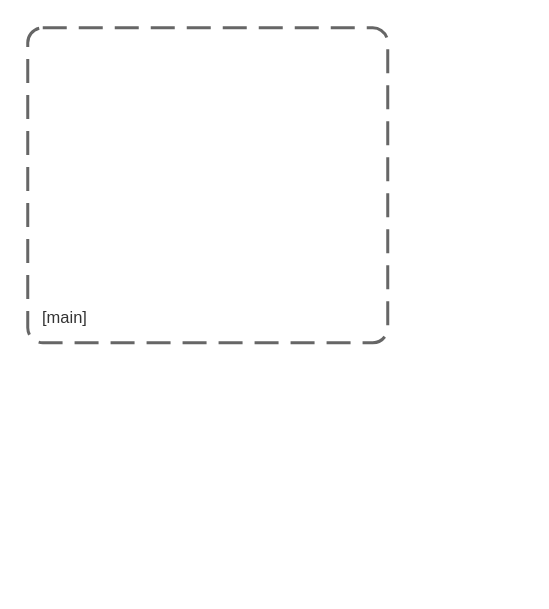
sam-mit/c4 keeps this draw.io diagram as c4 main test.drawio. Above is the earlier version. Source tidied: cells renumbered, new cells numbered last; positions are measured from the earlier drawing's top-left corner, leaving out a move shared by most shapes. Both pictures are drawn from the tidied source at 150%, with x=0, y=0 at pixel (27, 27).
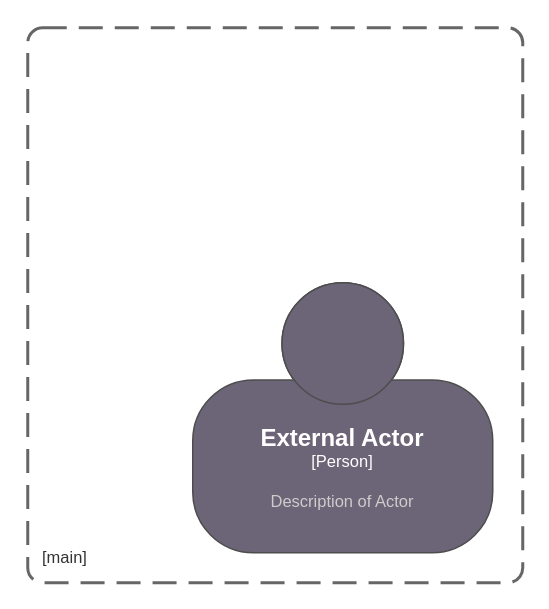
The same page after the edit.

Change to the diagram source:
```diff
@@
 <mxGraphModel>
   <root>
     <mxCell id="0" />
     <mxCell id="1" parent="0" />
     <object id="2" label="&lt;font style=&quot;font-size: 16px&quot;&gt;&lt;b&gt;&lt;div style=&quot;text-align: left&quot;&gt;%c4Name%&lt;/div&gt;&lt;/b&gt;&lt;/font&gt;&lt;div style=&quot;text-align: left&quot;&gt;[%c4Application%]&lt;/div&gt;" c4Application="main" c4Name="" placeholders="1">
       <mxCell style="rounded=1;fontSize=11;whiteSpace=wrap;html=1;dashed=1;arcSize=20;fillColor=none;strokeColor=#666666;fontColor=#333333;labelBackgroundColor=none;align=left;verticalAlign=bottom;labelBorderColor=none;spacingTop=0;spacing=10;dashPattern=8 4;perimeter=rectanglePerimeter;noLabel=0;labelPadding=0;absoluteArcSize=1;strokeWidth=2;" parent="1" vertex="1">
-        <mxGeometry width="240" height="210" as="geometry" />
+        <mxGeometry width="330" height="370" as="geometry" />
       </mxCell>
     </object>
+    <object id="3" label="&lt;font style=&quot;font-size: 16px&quot;&gt;&lt;b&gt;%c4Name%&lt;/b&gt;&lt;/font&gt;&lt;div&gt;[%c4Type%]&lt;/div&gt;&lt;br&gt;&lt;div&gt;&lt;font style=&quot;font-size: 11px&quot;&gt;&lt;font color=&quot;#cccccc&quot;&gt;%c4Description%&lt;/font&gt;&lt;/div&gt;" c4Description="Description of Actor" c4Name="External Actor" c4Type="Person" placeholders="1">
+      <mxCell style="html=1;fontSize=11;dashed=0;whiteSpace=wrap;fillColor=#6C6477;strokeColor=#4D4D4D;fontColor=#ffffff;shape=mxgraph.c4.person2;align=center;" parent="1" vertex="1">
+        <mxGeometry x="110" y="170" width="200" height="180" as="geometry" />
+      </mxCell>
+    </object>
   </root>
 </mxGraphModel>
```
